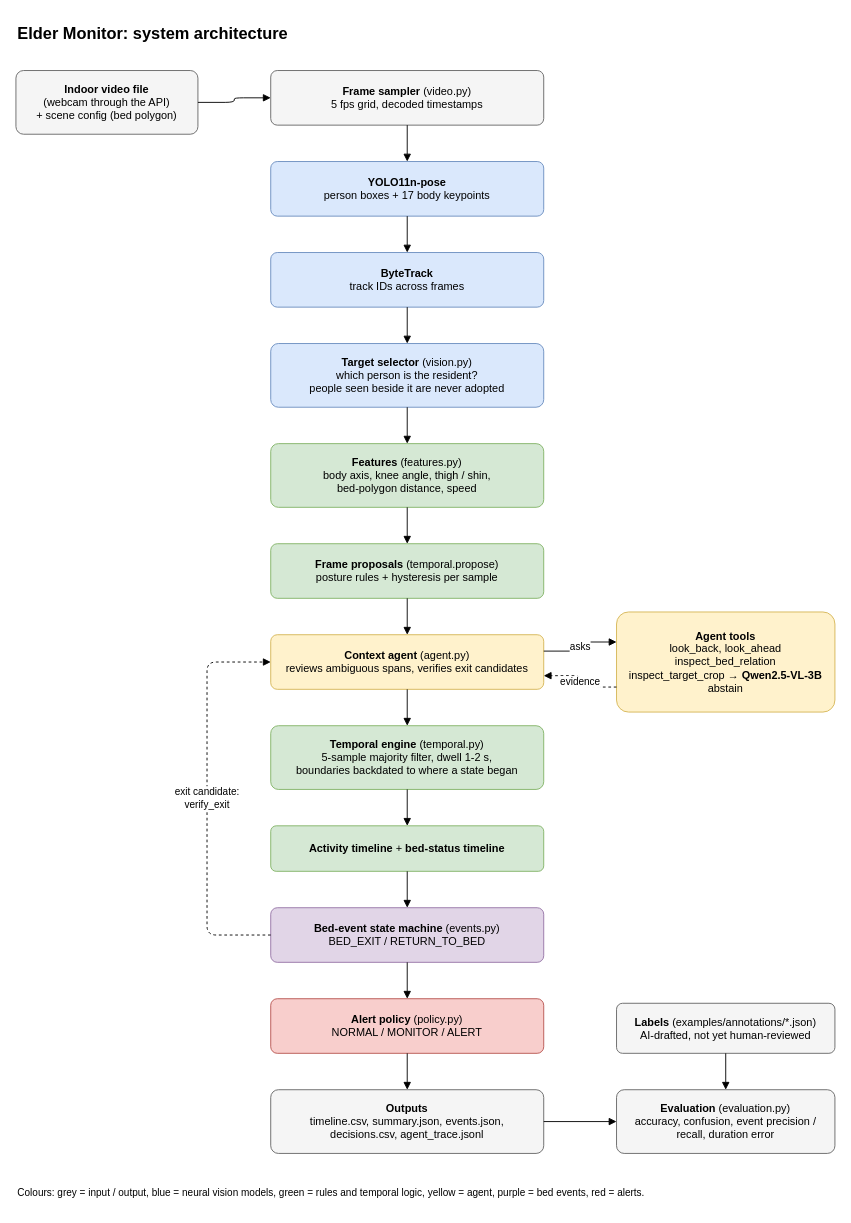
Above: docs/architecture.drawio in Kaveen1212/elder-monitor (draw.io), before the change. Source tidied: cells renumbered, new cells numbered last; positions are measured from the earlier drawing's top-left corner, leaving out a move shared by most shapes. Both pictures are drawn from the tidied source at 91%, with x=0, y=0 at pixel (15, 15).
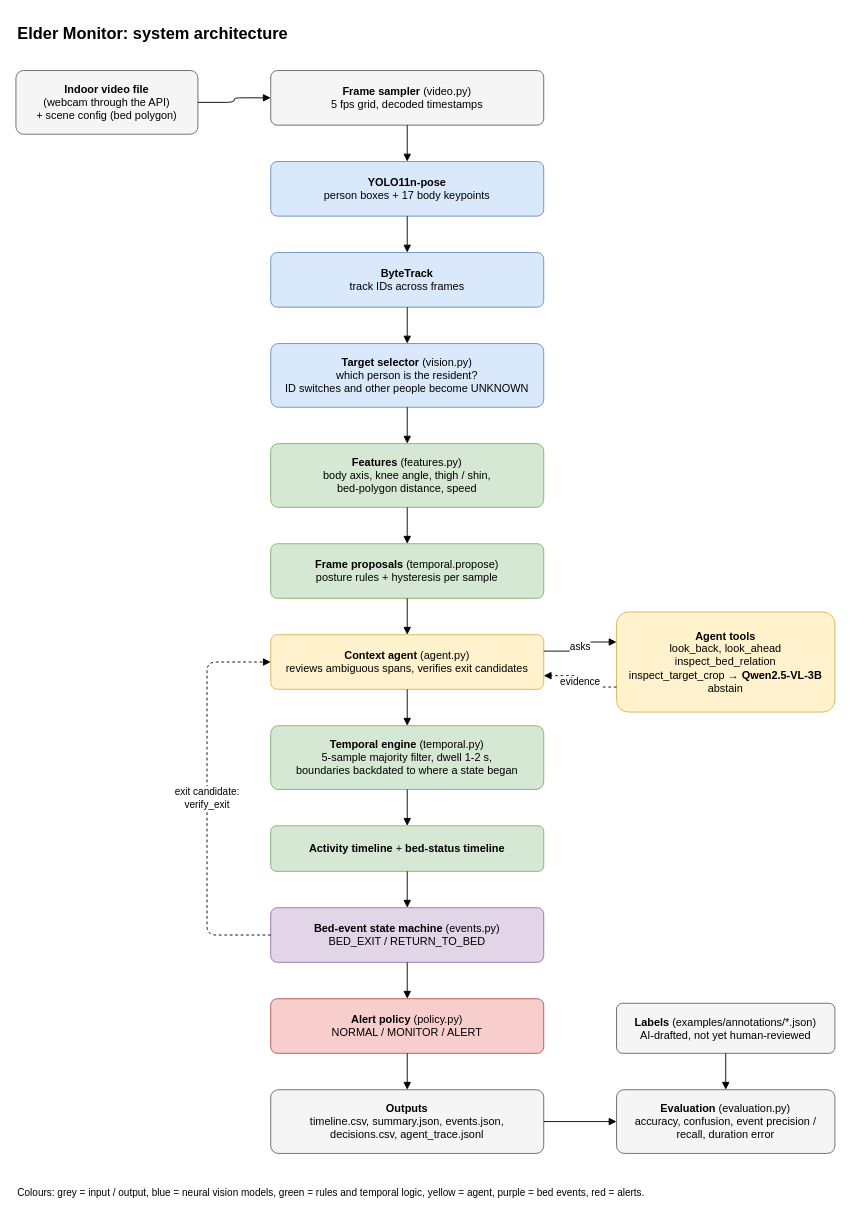
The same page after the edit.

What changed in the source:
```diff
@@
-    <mxCell id="7" value="&lt;b&gt;Target selector&lt;/b&gt; (vision.py)&lt;br&gt;which person is the resident?&lt;br&gt;people seen beside it are never adopted" style="rounded=1;whiteSpace=wrap;html=1;fontSize=12;arcSize=12;fillColor=#dae8fc;strokeColor=#6c8ebf;" parent="1" vertex="1">
+    <mxCell id="7" value="&lt;b&gt;Target selector&lt;/b&gt; (vision.py)&lt;br&gt;which person is the resident?&lt;br&gt;ID switches and other people become UNKNOWN" style="rounded=1;whiteSpace=wrap;html=1;fontSize=12;arcSize=12;fillColor=#dae8fc;strokeColor=#6c8ebf;" parent="1" vertex="1">
       <mxGeometry x="280" y="360" width="300" height="70" as="geometry" />
     </mxCell>
```
